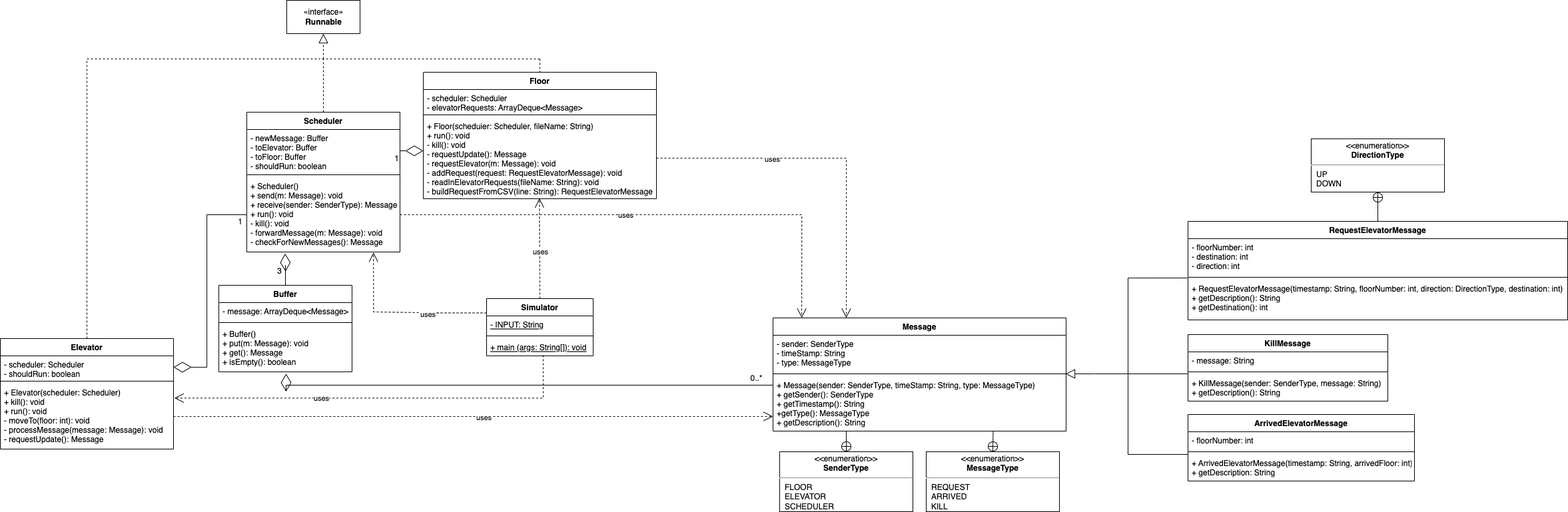
Earlier version of the draw.io export diagrams/class_diagrams/ElevatorSimulator_class_diagram_Iter1.png (bardia-p/Elevator-Simulator). Source tidied: cells renumbered, new cells last; positions are measured from the earlier drawing's top-left corner, leaving out a move shared by most shapes.
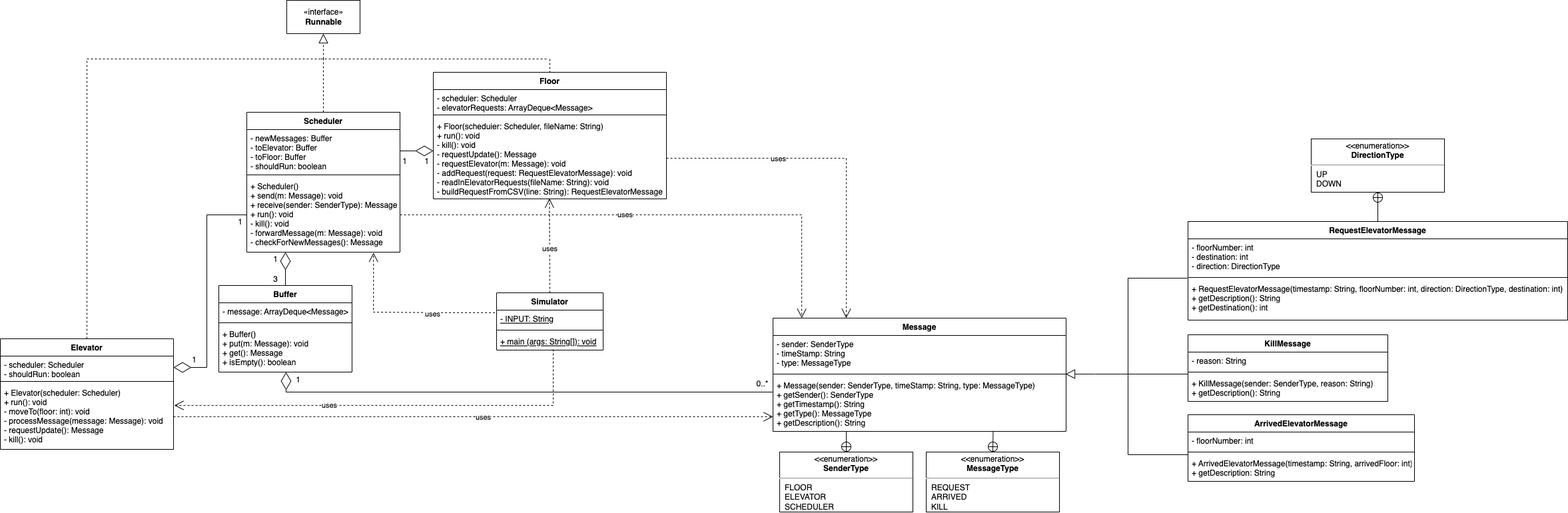
After the change.

Commit message:
diagrams + document

What changed in the source:
```diff
@@ -5,7 +5,7 @@
     <mxCell id="2" value="Scheduler" style="swimlane;fontStyle=1;align=center;verticalAlign=top;horizontal=1;startSize=26;" parent="1" vertex="1">
       <mxGeometry x="370" y="168" width="230" height="210" as="geometry" />
     </mxCell>
-    <mxCell id="3" value="- newMessage: Buffer&#10;- toElevator: Buffer&#10;- toFloor: Buffer&#10;- shouldRun: boolean" style="text;strokeColor=none;fillColor=none;align=left;verticalAlign=top;spacingLeft=4;spacingRight=4;overflow=hidden;points=[[0,0.5],[1,0.5]];portConstraint=eastwest;" parent="2" vertex="1">
+    <mxCell id="3" value="- newMessages: Buffer&#10;- toElevator: Buffer&#10;- toFloor: Buffer&#10;- shouldRun: boolean" style="text;strokeColor=none;fillColor=none;align=left;verticalAlign=top;spacingLeft=4;spacingRight=4;overflow=hidden;points=[[0,0.5],[1,0.5]];portConstraint=eastwest;" parent="2" vertex="1">
       <mxGeometry y="26" width="230" height="64" as="geometry" />
     </mxCell>
     <mxCell id="4" style="line;strokeWidth=1;fillColor=none;align=left;verticalAlign=middle;spacingTop=-1;spacingLeft=3;spacingRight=3;labelPosition=right;strokeColor=inherit;" parent="2" vertex="1">
@@ -15,7 +15,7 @@
       <mxGeometry y="98" width="230" height="112" as="geometry" />
     </mxCell>
     <mxCell id="6" value="Floor" style="swimlane;fontStyle=1;align=center;verticalAlign=top;horizontal=1;startSize=26;" parent="1" vertex="1">
-      <mxGeometry x="635" y="108" width="350" height="190" as="geometry" />
+      <mxGeometry x="650" y="108" width="350" height="190" as="geometry" />
     </mxCell>
     <mxCell id="7" value="- scheduler: Scheduler&#10;- elevatorRequests: ArrayDeque&lt;Message&gt;" style="text;strokeColor=none;fillColor=none;align=left;verticalAlign=top;spacingLeft=4;spacingRight=4;overflow=hidden;" parent="6" vertex="1">
       <mxGeometry y="26" width="350" height="34" as="geometry" />
@@ -35,7 +35,7 @@
     <mxCell id="12" style="line;strokeWidth=1;fillColor=none;align=left;verticalAlign=middle;spacingTop=-1;spacingLeft=3;spacingRight=3;labelPosition=right;strokeColor=inherit;" parent="10" vertex="1">
       <mxGeometry y="60" width="260" height="8" as="geometry" />
     </mxCell>
-    <mxCell id="13" value="+ Elevator(scheduler: Scheduler)&#10;+ kill(): void&#10;+ run(): void&#10;- moveTo(floor: int): void&#10;- processMessage(message: Message): void&#10;- requestUpdate(): Message&#10;" style="text;strokeColor=none;fillColor=none;align=left;verticalAlign=top;spacingLeft=4;spacingRight=4;overflow=hidden;points=[[0,0.5],[1,0.5]];portConstraint=eastwest;" parent="10" vertex="1">
+    <mxCell id="13" value="+ Elevator(scheduler: Scheduler)&#10;+ run(): void&#10;- moveTo(floor: int): void&#10;- processMessage(message: Message): void&#10;- requestUpdate(): Message&#10;- kill(): void&#10;" style="text;strokeColor=none;fillColor=none;align=left;verticalAlign=top;spacingLeft=4;spacingRight=4;overflow=hidden;points=[[0,0.5],[1,0.5]];portConstraint=eastwest;" parent="10" vertex="1">
       <mxGeometry y="68" width="260" height="98" as="geometry" />
     </mxCell>
     <mxCell id="14" value="«interface»&lt;br&gt;&lt;b&gt;Runnable&lt;/b&gt;" style="html=1;" parent="1" vertex="1">
@@ -54,7 +54,7 @@
     </mxCell>
     <mxCell id="17" style="endArrow=none;dashed=1;html=1;rounded=0;strokeWidth=1;" parent="1" edge="1">
       <mxGeometry relative="1" as="geometry">
-        <mxPoint x="810" y="88" as="sourcePoint" />
+        <mxPoint x="820" y="88" as="sourcePoint" />
         <mxPoint x="480" y="88" as="targetPoint" />
       </mxGeometry>
     </mxCell>
@@ -65,7 +65,7 @@
     </mxCell>
     <mxCell id="19" style="endArrow=none;dashed=1;html=1;strokeWidth=1;rounded=0;entryX=0.5;entryY=0;entryDx=0;entryDy=0;" parent="1" edge="1" target="6">
       <mxGeometry relative="1" as="geometry">
-        <mxPoint x="810" y="88" as="sourcePoint" />
+        <mxPoint x="825" y="88" as="sourcePoint" />
       </mxGeometry>
     </mxCell>
     <mxCell id="20" style="endArrow=none;dashed=1;html=1;rounded=0;strokeWidth=1;exitX=0.5;exitY=0;exitDx=0;exitDy=0;" parent="1" edge="1" source="2">
@@ -96,11 +96,9 @@
     <mxCell id="26" value="+ Buffer()&#10;+ put(m: Message): void&#10;+ get(): Message&#10;+ isEmpty(): boolean&#10;" style="text;strokeColor=none;fillColor=none;align=left;verticalAlign=top;spacingLeft=4;spacingRight=4;overflow=hidden;points=[[0,0.5],[1,0.5]];portConstraint=eastwest;" parent="23" vertex="1">
       <mxGeometry y="60" width="200" height="70" as="geometry" />
     </mxCell>
-    <mxCell id="27" style="endArrow=diamondThin;endFill=0;endSize=24;html=1;rounded=0;strokeWidth=1;entryX=0.25;entryY=1.021;entryDx=0;entryDy=0;entryPerimeter=0;exitX=0.5;exitY=0;exitDx=0;exitDy=0;" parent="1" edge="1" source="23" target="5">
+    <mxCell id="27" style="endArrow=diamondThin;endFill=0;endSize=24;html=1;rounded=0;strokeWidth=1;exitX=0.5;exitY=0;exitDx=0;exitDy=0;" parent="1" edge="1" source="23">
       <mxGeometry relative="1" as="geometry">
-        <Array as="points">
-          <mxPoint x="428" y="398" />
-        </Array>
+        <mxPoint x="428" y="378" as="targetPoint" />
       </mxGeometry>
     </mxCell>
     <mxCell id="28" style="group;" parent="1" vertex="1">
@@ -118,13 +116,13 @@
     <mxCell id="32" style="line;strokeWidth=1;fillColor=none;align=left;verticalAlign=middle;spacingTop=-1;spacingLeft=3;spacingRight=3;labelPosition=right;points=[];portConstraint=eastwest;strokeColor=inherit;" parent="30" vertex="1">
       <mxGeometry y="80" width="440" height="8" as="geometry" />
     </mxCell>
-    <mxCell id="33" value="+ Message(sender: SenderType, timeStamp: String, type: MessageType)&#10;+ getSender(): SenderType&#10;+ getTimestamp(): String&#10;+getType(): MessageType&#10;+ getDescription(): String" style="text;strokeColor=none;fillColor=none;align=left;verticalAlign=top;spacingLeft=4;spacingRight=4;overflow=hidden;points=[[0,0.5],[1,0.5]];portConstraint=eastwest;" parent="30" vertex="1">
+    <mxCell id="33" value="+ Message(sender: SenderType, timeStamp: String, type: MessageType)&#10;+ getSender(): SenderType&#10;+ getTimestamp(): String&#10;+ getType(): MessageType&#10;+ getDescription(): String" style="text;strokeColor=none;fillColor=none;align=left;verticalAlign=top;spacingLeft=4;spacingRight=4;overflow=hidden;points=[[0,0.5],[1,0.5]];portConstraint=eastwest;" parent="30" vertex="1">
       <mxGeometry y="88" width="440" height="82" as="geometry" />
     </mxCell>
     <mxCell id="34" value="RequestElevatorMessage" style="swimlane;fontStyle=1;align=center;verticalAlign=top;horizontal=1;startSize=26;" parent="29" vertex="1">
       <mxGeometry x="623" width="570" height="148" as="geometry" />
     </mxCell>
-    <mxCell id="35" value="- floorNumber: int&#10;- destination: int&#10;- direction: int" style="text;strokeColor=none;fillColor=none;align=left;verticalAlign=top;spacingLeft=4;spacingRight=4;overflow=hidden;points=[[0,0.5],[1,0.5]];portConstraint=eastwest;" parent="34" vertex="1">
+    <mxCell id="35" value="- floorNumber: int&#10;- destination: int&#10;- direction: DirectionType" style="text;strokeColor=none;fillColor=none;align=left;verticalAlign=top;spacingLeft=4;spacingRight=4;overflow=hidden;points=[[0,0.5],[1,0.5]];portConstraint=eastwest;" parent="34" vertex="1">
       <mxGeometry y="26" width="570" height="54" as="geometry" />
     </mxCell>
     <mxCell id="36" style="line;strokeWidth=1;fillColor=none;align=left;verticalAlign=middle;spacingTop=-1;spacingLeft=3;spacingRight=3;labelPosition=right;strokeColor=inherit;" parent="34" vertex="1">
@@ -136,13 +134,13 @@
     <mxCell id="38" value="KillMessage" style="swimlane;fontStyle=1;align=center;verticalAlign=top;horizontal=1;startSize=26;" parent="29" vertex="1">
       <mxGeometry x="623" y="170" width="300" height="100" as="geometry" />
     </mxCell>
-    <mxCell id="39" value="- message: String" style="text;strokeColor=none;fillColor=none;align=left;verticalAlign=top;spacingLeft=4;spacingRight=4;overflow=hidden;" parent="38" vertex="1">
+    <mxCell id="39" value="- reason: String" style="text;strokeColor=none;fillColor=none;align=left;verticalAlign=top;spacingLeft=4;spacingRight=4;overflow=hidden;" parent="38" vertex="1">
       <mxGeometry y="26" width="300" height="26" as="geometry" />
     </mxCell>
     <mxCell id="40" style="line;strokeWidth=1;fillColor=none;align=left;verticalAlign=middle;spacingTop=-1;spacingLeft=3;spacingRight=3;labelPosition=right;strokeColor=inherit;" parent="38" vertex="1">
       <mxGeometry y="52" width="300" height="8" as="geometry" />
     </mxCell>
-    <mxCell id="41" value="+ KillMessage(sender: SenderType, message: String)&#10;+ getDescription(): String" style="text;strokeColor=none;fillColor=none;align=left;verticalAlign=top;spacingLeft=4;spacingRight=4;overflow=hidden;" parent="38" vertex="1">
+    <mxCell id="41" value="+ KillMessage(sender: SenderType, reason: String)&#10;+ getDescription(): String" style="text;strokeColor=none;fillColor=none;align=left;verticalAlign=top;spacingLeft=4;spacingRight=4;overflow=hidden;" parent="38" vertex="1">
       <mxGeometry y="60" width="300" height="40" as="geometry" />
     </mxCell>
     <mxCell id="42" value="ArrivedElevatorMessage" style="swimlane;fontStyle=1;align=center;verticalAlign=top;horizontal=1;startSize=26;" parent="29" vertex="1">
@@ -191,7 +189,7 @@
       </mxGeometry>
     </mxCell>
     <mxCell id="50" value="Simulator" style="swimlane;fontStyle=1;align=center;verticalAlign=top;horizontal=1;startSize=26;" parent="1" vertex="1">
-      <mxGeometry x="730" y="448" width="160" height="86" as="geometry" />
+      <mxGeometry x="745" y="439" width="160" height="86" as="geometry" />
     </mxCell>
     <mxCell id="51" value="- INPUT: String" style="text;strokeColor=none;fillColor=none;align=left;verticalAlign=top;spacingLeft=4;spacingRight=4;overflow=hidden;points=[[0,0.5],[1,0.5]];portConstraint=eastwest;fontStyle=4;" parent="50" vertex="1">
       <mxGeometry y="26" width="160" height="26" as="geometry" />
@@ -208,7 +206,7 @@
     <mxCell id="55" value="uses" style="edgeLabel;html=1;align=center;verticalAlign=middle;" parent="54" vertex="1">
       <mxGeometry x="-0.07" relative="1" as="geometry" />
     </mxCell>
-    <mxCell id="56" style="endArrow=open;endSize=12;dashed=1;html=1;rounded=0;strokeWidth=1;exitX=0;exitY=0.25;exitDx=0;exitDy=0;edgeStyle=orthogonalEdgeStyle;entryX=0.827;entryY=1.006;entryDx=0;entryDy=0;entryPerimeter=0;" parent="1" edge="1" source="50" target="5">
+    <mxCell id="56" style="endArrow=open;endSize=12;dashed=1;html=1;rounded=0;strokeWidth=1;exitX=-0.015;exitY=0.147;exitDx=0;exitDy=0;edgeStyle=orthogonalEdgeStyle;entryX=0.827;entryY=1.006;entryDx=0;entryDy=0;entryPerimeter=0;exitPerimeter=0;" parent="1" edge="1" source="51" target="5">
       <mxGeometry relative="1" as="geometry">
         <Array as="points">
           <mxPoint x="657" y="469" />
@@ -219,22 +217,25 @@
     <mxCell id="57" value="uses" style="edgeLabel;html=1;align=center;verticalAlign=middle;" parent="56" vertex="1">
       <mxGeometry x="-0.31" y="2" relative="1" as="geometry" />
     </mxCell>
-    <mxCell id="58" style="endArrow=open;endSize=12;dashed=1;html=1;rounded=0;strokeWidth=1;entryX=1.005;entryY=0.218;entryDx=0;entryDy=0;entryPerimeter=0;edgeStyle=orthogonalEdgeStyle;exitX=0.531;exitY=0.962;exitDx=0;exitDy=0;exitPerimeter=0;" parent="1" edge="1" source="53" target="13">
+    <mxCell id="58" style="endArrow=open;endSize=12;dashed=1;html=1;rounded=0;strokeWidth=1;edgeStyle=orthogonalEdgeStyle;exitX=0.531;exitY=0.962;exitDx=0;exitDy=0;exitPerimeter=0;" parent="1" edge="1" source="53">
       <mxGeometry relative="1" as="geometry">
+        <mxPoint x="261" y="608" as="targetPoint" />
         <Array as="points">
-          <mxPoint x="815" y="597" />
+          <mxPoint x="830" y="608" />
+          <mxPoint x="261" y="608" />
         </Array>
       </mxGeometry>
     </mxCell>
     <mxCell id="59" value="uses" style="edgeLabel;html=1;align=center;verticalAlign=middle;" parent="58" vertex="1">
       <mxGeometry x="0.29" relative="1" as="geometry" />
     </mxCell>
-    <mxCell id="60" style="edgeStyle=orthogonalEdgeStyle;rounded=0;jettySize=auto;html=1;entryX=0.505;entryY=1.04;entryDx=0;entryDy=0;entryPerimeter=0;endArrow=diamondThin;endFill=0;endSize=24;" parent="1" edge="1" target="26">
+    <mxCell id="60" style="edgeStyle=orthogonalEdgeStyle;rounded=0;orthogonalLoop=1;jettySize=auto;html=1;endArrow=diamondThin;endFill=0;endSize=24;" parent="1" edge="1">
       <mxGeometry relative="1" as="geometry">
-        <mxPoint x="1160" y="578" as="sourcePoint" />
+        <mxPoint x="1160" y="588" as="sourcePoint" />
+        <mxPoint x="429" y="558" as="targetPoint" />
         <Array as="points">
-          <mxPoint x="1159" y="578" />
-          <mxPoint x="429" y="578" />
+          <mxPoint x="1160" y="588" />
+          <mxPoint x="429" y="588" />
         </Array>
       </mxGeometry>
     </mxCell>
@@ -257,10 +258,10 @@
       <mxGeometry x="-0.11" relative="1" as="geometry" />
     </mxCell>
     <mxCell id="67" value="0..*" style="text;html=1;align=center;verticalAlign=middle;strokeColor=none;fillColor=none;" parent="1" vertex="1">
-      <mxGeometry x="1115" y="553" width="40" height="30" as="geometry" />
+      <mxGeometry x="1124" y="561" width="40" height="30" as="geometry" />
     </mxCell>
     <mxCell id="68" value="3" style="text;html=1;align=center;verticalAlign=middle;strokeColor=none;fillColor=none;" parent="1" vertex="1">
-      <mxGeometry x="404" y="392" width="30" height="30" as="geometry" />
+      <mxGeometry x="398" y="404" width="30" height="30" as="geometry" />
     </mxCell>
     <mxCell id="69" value="&lt;p style=&quot;margin:0px;margin-top:4px;text-align:center;&quot;&gt;&amp;lt;&amp;lt;enumeration&amp;gt;&amp;gt;&lt;br&gt;&lt;b&gt;DirectionType&lt;/b&gt;&lt;/p&gt;&lt;hr&gt;&lt;p style=&quot;margin:0px;margin-left:8px;text-align:left;&quot;&gt;UP&lt;/p&gt;&lt;p style=&quot;margin:0px;margin-left:8px;text-align:left;&quot;&gt;DOWN&lt;/p&gt;" style="shape=rect;html=1;overflow=fill;whiteSpace=wrap;" parent="1" vertex="1">
       <mxGeometry x="1968" y="208" width="200" height="80" as="geometry" />
@@ -284,7 +285,19 @@
       <mxGeometry x="345" y="318" width="30" height="30" as="geometry" />
     </mxCell>
     <mxCell id="76" value="1" style="text;html=1;align=center;verticalAlign=middle;strokeColor=none;fillColor=none;" parent="1" vertex="1">
-      <mxGeometry x="580" y="223" width="30" height="30" as="geometry" />
+      <mxGeometry x="592" y="227" width="30" height="30" as="geometry" />
     </mxCell>
+    <mxCell id="77" value="1" style="text;html=1;align=center;verticalAlign=middle;strokeColor=none;fillColor=none;" parent="1" vertex="1">
+      <mxGeometry x="432" y="555" width="30" height="30" as="geometry" />
+    </mxCell>
+    <mxCell id="78" value="1" style="text;html=1;align=center;verticalAlign=middle;strokeColor=none;fillColor=none;" parent="1" vertex="1">
+      <mxGeometry x="276" y="525" width="30" height="30" as="geometry" />
+    </mxCell>
+    <mxCell id="79" value="1" style="text;html=1;align=center;verticalAlign=middle;strokeColor=none;fillColor=none;" parent="1" vertex="1">
+      <mxGeometry x="625" y="227" width="30" height="30" as="geometry" />
+    </mxCell>
+    <mxCell id="80" value="1" style="text;html=1;align=center;verticalAlign=middle;strokeColor=none;fillColor=none;" parent="1" vertex="1">
+      <mxGeometry x="398" y="374" width="30" height="30" as="geometry" />
+    </mxCell>
   </root>
 </mxGraphModel>
```
